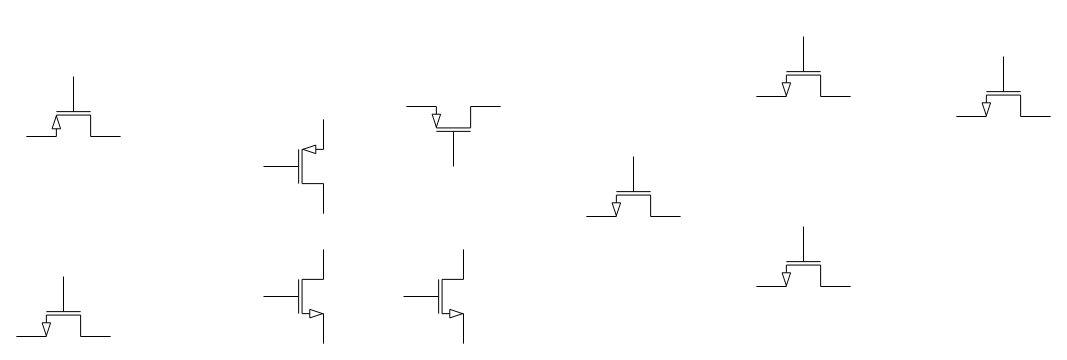
Before: switch.drawio in w1213ph/draw.io, a draw.io diagram. Source tidied: cells renumbered, new cells numbered last; positions are measured from the earlier drawing's top-left corner, leaving out a move shared by most shapes. Both pictures are drawn from the tidied source at 100%, with x=0, y=0 at pixel (13, 36).
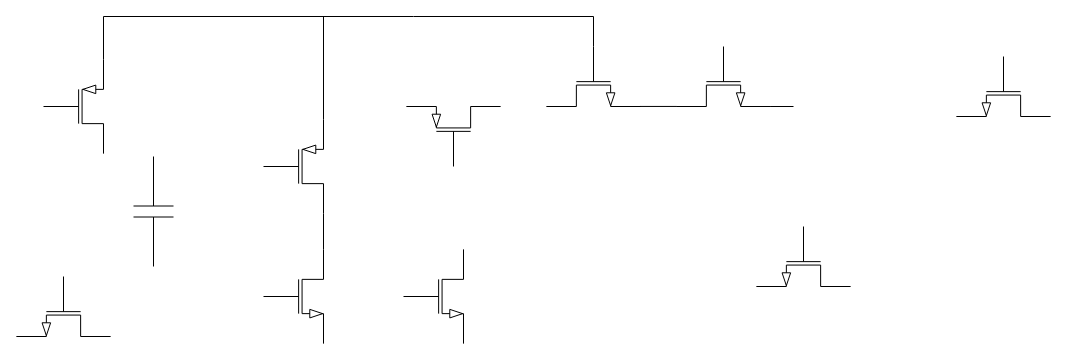
The same diagram, later.

The change refers to these unchanged cells:
```xml
<mxCell id="2" style="verticalLabelPosition=bottom;shadow=0;dashed=0;align=center;html=1;verticalAlign=top;shape=mxgraph.electrical.transistors.nmos;" parent="1" vertex="1">
  <mxGeometry x="250" y="210" width="60" height="100" as="geometry" />
</mxCell>
<mxCell id="3" style="verticalLabelPosition=bottom;shadow=0;dashed=0;align=center;html=1;verticalAlign=top;shape=mxgraph.electrical.transistors.pmos;" parent="1" vertex="1">
  <mxGeometry x="250" y="80" width="60" height="100" as="geometry" />
</mxCell>
```

What changed in the source:
```diff
@@
-    <mxCell id="6" style="verticalLabelPosition=bottom;shadow=0;dashed=0;align=center;html=1;verticalAlign=top;shape=mxgraph.electrical.transistors.pmos;direction=south;flipH=1;" parent="1" vertex="1">
-      <mxGeometry x="10" y="40" width="100" height="60" as="geometry" />
+    <mxCell id="6" style="verticalLabelPosition=bottom;shadow=0;dashed=0;align=center;html=1;verticalAlign=top;shape=mxgraph.electrical.transistors.pmos;direction=west;flipH=1;flipV=1;" parent="1" vertex="1">
+      <mxGeometry x="30" y="20" width="60" height="100" as="geometry" />
     </mxCell>
@@
-    <mxCell id="8" style="verticalLabelPosition=bottom;shadow=0;dashed=0;align=center;html=1;verticalAlign=top;shape=mxgraph.electrical.transistors.nmos;direction=south;" parent="1" vertex="1">
-      <mxGeometry x="570" y="120" width="100" height="60" as="geometry" />
+    <mxCell id="8" style="verticalLabelPosition=bottom;shadow=0;dashed=0;align=center;html=1;verticalAlign=top;shape=mxgraph.electrical.transistors.nmos;direction=south;flipH=1;" parent="1" vertex="1">
+      <mxGeometry x="530" y="10" width="100" height="60" as="geometry" />
     </mxCell>
-    <mxCell id="9" style="verticalLabelPosition=bottom;shadow=0;dashed=0;align=center;html=1;verticalAlign=top;shape=mxgraph.electrical.transistors.nmos;direction=south;" parent="1" vertex="1">
-      <mxGeometry x="740" width="100" height="60" as="geometry" />
+    <mxCell id="9" style="verticalLabelPosition=bottom;shadow=0;dashed=0;align=center;html=1;verticalAlign=top;shape=mxgraph.electrical.transistors.nmos;direction=south;flipH=1;" parent="1" vertex="1">
+      <mxGeometry x="660" y="10" width="100" height="60" as="geometry" />
     </mxCell>
@@
+    <mxCell id="12" style="endArrow=none;html=1;rounded=0;exitX=1;exitY=0;exitDx=0;exitDy=0;exitPerimeter=0;" parent="1" edge="1" source="6">
+      <mxGeometry relative="1" as="geometry">
+        <mxPoint x="400" y="-20" as="targetPoint" />
+        <Array as="points">
+          <mxPoint x="90" y="-20" />
+        </Array>
+      </mxGeometry>
+    </mxCell>
+    <mxCell id="13" style="verticalLabelPosition=bottom;shadow=0;dashed=0;align=center;html=1;verticalAlign=top;shape=mxgraph.electrical.capacitors.capacitor_1;direction=south;" parent="1" vertex="1">
+      <mxGeometry x="120" y="120" width="40" height="110" as="geometry" />
+    </mxCell>
+    <mxCell id="14" style="endArrow=none;html=1;rounded=0;entryX=1;entryY=1;entryDx=0;entryDy=0;entryPerimeter=0;exitX=1;exitY=0;exitDx=0;exitDy=0;exitPerimeter=0;" parent="1" edge="1" source="2" target="3">
+      <mxGeometry relative="1" as="geometry" />
+    </mxCell>
+    <mxCell id="15" style="endArrow=none;html=1;rounded=0;" parent="1" edge="1">
+      <mxGeometry relative="1" as="geometry">
+        <mxPoint x="580" y="10" as="sourcePoint" />
+        <mxPoint x="400" y="-20" as="targetPoint" />
+        <Array as="points">
+          <mxPoint x="580" y="-20" />
+        </Array>
+      </mxGeometry>
+    </mxCell>
+    <mxCell id="16" style="endArrow=none;html=1;rounded=0;exitX=0.999;exitY=1.715;exitDx=0;exitDy=0;exitPerimeter=0;entryX=0.999;entryY=-0.722;entryDx=0;entryDy=0;entryPerimeter=0;" parent="1" edge="1" source="8" target="9">
+      <mxGeometry relative="1" as="geometry" />
+    </mxCell>
+    <mxCell id="17" style="endArrow=none;html=1;rounded=0;exitX=1;exitY=1.723;exitDx=0;exitDy=0;exitPerimeter=0;" parent="1" edge="1" source="9">
+      <mxGeometry relative="1" as="geometry">
+        <mxPoint x="780" y="70" as="targetPoint" />
+      </mxGeometry>
+    </mxCell>
+    <mxCell id="18" style="endArrow=none;html=1;rounded=0;exitX=1;exitY=0;exitDx=0;exitDy=0;exitPerimeter=0;" parent="1" edge="1" source="3">
+      <mxGeometry relative="1" as="geometry">
+        <mxPoint x="310" y="-20" as="targetPoint" />
+      </mxGeometry>
+    </mxCell>
```
